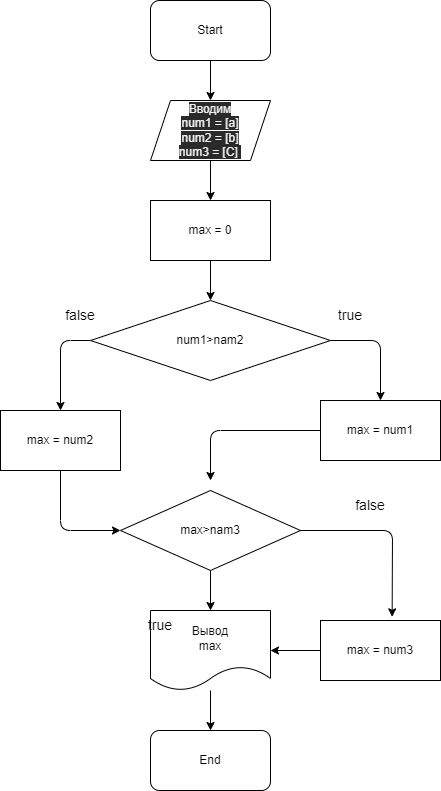
Earlier version of the draw.io export Examples/REPO/Exe002/diagram.drawio.png (VladimirVicPar/VladimirVicPar). Source tidied: cells renumbered, new cells last; positions are measured from the earlier drawing's top-left corner, leaving out a move shared by most shapes.
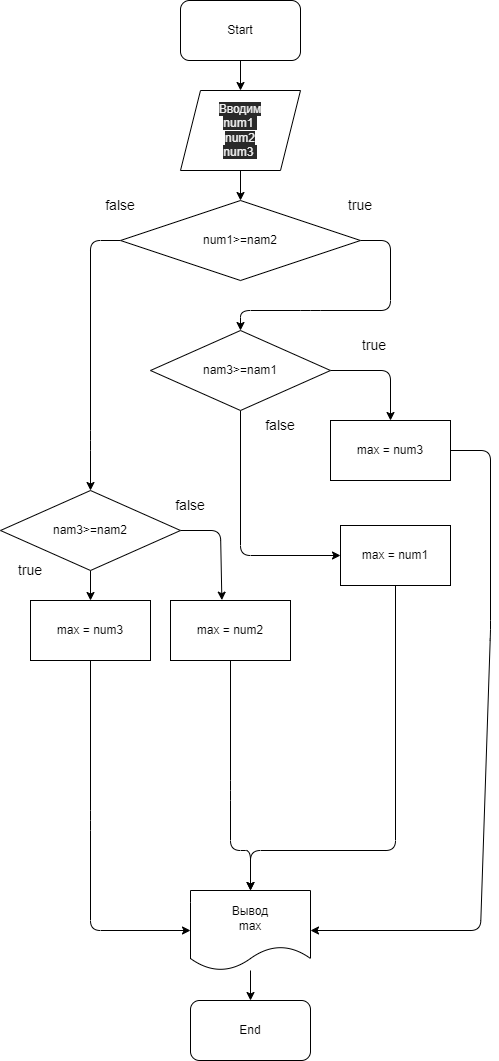
The same diagram one commit later.

Change to the diagram source:
```diff
@@ -8,95 +8,141 @@
     <mxCell id="3" value="Start" style="rounded=1;whiteSpace=wrap;html=1;" parent="1" vertex="1">
       <mxGeometry x="150" width="120" height="60" as="geometry" />
     </mxCell>
-    <mxCell id="4" style="edgeStyle=none;html=1;" parent="1" edge="1" source="5" target="7">
-      <mxGeometry relative="1" as="geometry" />
+    <mxCell id="4" style="edgeStyle=none;html=1;" parent="1" edge="1" source="5">
+      <mxGeometry relative="1" as="geometry">
+        <mxPoint x="210" y="200" as="targetPoint" />
+      </mxGeometry>
     </mxCell>
-    <mxCell id="5" value="&#10;&#10;&lt;span style=&quot;color: rgb(240, 240, 240); font-family: helvetica; font-size: 12px; font-style: normal; font-weight: 400; letter-spacing: normal; text-align: center; text-indent: 0px; text-transform: none; word-spacing: 0px; background-color: rgb(42, 42, 42); display: inline; float: none;&quot;&gt;Вводим&lt;/span&gt;&lt;br style=&quot;color: rgb(240, 240, 240); font-family: helvetica; font-size: 12px; font-style: normal; font-weight: 400; letter-spacing: normal; text-align: center; text-indent: 0px; text-transform: none; word-spacing: 0px; background-color: rgb(42, 42, 42);&quot;&gt;&lt;span style=&quot;color: rgb(240, 240, 240); font-family: helvetica; font-size: 12px; font-style: normal; font-weight: 400; letter-spacing: normal; text-align: center; text-indent: 0px; text-transform: none; word-spacing: 0px; background-color: rgb(42, 42, 42); display: inline; float: none;&quot;&gt;num1 = [a]&lt;/span&gt;&lt;br style=&quot;color: rgb(240, 240, 240); font-family: helvetica; font-size: 12px; font-style: normal; font-weight: 400; letter-spacing: normal; text-align: center; text-indent: 0px; text-transform: none; word-spacing: 0px; background-color: rgb(42, 42, 42);&quot;&gt;&lt;span style=&quot;color: rgb(240, 240, 240); font-family: helvetica; font-size: 12px; font-style: normal; font-weight: 400; letter-spacing: normal; text-align: center; text-indent: 0px; text-transform: none; word-spacing: 0px; background-color: rgb(42, 42, 42); display: inline; float: none;&quot;&gt;num2 = [b]&lt;/span&gt;&lt;br style=&quot;color: rgb(240, 240, 240); font-family: helvetica; font-size: 12px; font-style: normal; font-weight: 400; letter-spacing: normal; text-align: center; text-indent: 0px; text-transform: none; word-spacing: 0px; background-color: rgb(42, 42, 42);&quot;&gt;&lt;span style=&quot;color: rgb(240, 240, 240); font-family: helvetica; font-size: 12px; font-style: normal; font-weight: 400; letter-spacing: normal; text-align: center; text-indent: 0px; text-transform: none; word-spacing: 0px; background-color: rgb(42, 42, 42); display: inline; float: none;&quot;&gt;num3 = [C]&amp;nbsp;&lt;/span&gt;&#10;&#10;" style="shape=parallelogram;perimeter=parallelogramPerimeter;whiteSpace=wrap;html=1;fixedSize=1;" parent="1" vertex="1">
-      <mxGeometry x="150" y="100" width="120" height="60" as="geometry" />
+    <mxCell id="5" value="&lt;span style=&quot;color: rgb(240 , 240 , 240) ; font-family: &amp;#34;helvetica&amp;#34; ; font-size: 12px ; font-style: normal ; font-weight: 400 ; letter-spacing: normal ; text-align: center ; text-indent: 0px ; text-transform: none ; word-spacing: 0px ; background-color: rgb(42 , 42 , 42) ; display: inline ; float: none&quot;&gt;Вводим&lt;/span&gt;&lt;br style=&quot;color: rgb(240 , 240 , 240) ; font-family: &amp;#34;helvetica&amp;#34; ; font-size: 12px ; font-style: normal ; font-weight: 400 ; letter-spacing: normal ; text-align: center ; text-indent: 0px ; text-transform: none ; word-spacing: 0px ; background-color: rgb(42 , 42 , 42)&quot;&gt;&lt;span style=&quot;color: rgb(240 , 240 , 240) ; font-family: &amp;#34;helvetica&amp;#34; ; font-size: 12px ; font-style: normal ; font-weight: 400 ; letter-spacing: normal ; text-align: center ; text-indent: 0px ; text-transform: none ; word-spacing: 0px ; background-color: rgb(42 , 42 , 42) ; display: inline ; float: none&quot;&gt;num1&amp;nbsp;&lt;/span&gt;&lt;br style=&quot;color: rgb(240 , 240 , 240) ; font-family: &amp;#34;helvetica&amp;#34; ; font-size: 12px ; font-style: normal ; font-weight: 400 ; letter-spacing: normal ; text-align: center ; text-indent: 0px ; text-transform: none ; word-spacing: 0px ; background-color: rgb(42 , 42 , 42)&quot;&gt;&lt;span style=&quot;color: rgb(240 , 240 , 240) ; font-family: &amp;#34;helvetica&amp;#34; ; font-size: 12px ; font-style: normal ; font-weight: 400 ; letter-spacing: normal ; text-align: center ; text-indent: 0px ; text-transform: none ; word-spacing: 0px ; background-color: rgb(42 , 42 , 42) ; display: inline ; float: none&quot;&gt;num2&lt;/span&gt;&lt;br style=&quot;color: rgb(240 , 240 , 240) ; font-family: &amp;#34;helvetica&amp;#34; ; font-size: 12px ; font-style: normal ; font-weight: 400 ; letter-spacing: normal ; text-align: center ; text-indent: 0px ; text-transform: none ; word-spacing: 0px ; background-color: rgb(42 , 42 , 42)&quot;&gt;&lt;span style=&quot;color: rgb(240 , 240 , 240) ; font-family: &amp;#34;helvetica&amp;#34; ; font-size: 12px ; font-style: normal ; font-weight: 400 ; letter-spacing: normal ; text-align: center ; text-indent: 0px ; text-transform: none ; word-spacing: 0px ; background-color: rgb(42 , 42 , 42) ; display: inline ; float: none&quot;&gt;num3&amp;nbsp;&lt;/span&gt;" style="shape=parallelogram;perimeter=parallelogramPerimeter;whiteSpace=wrap;html=1;fixedSize=1;" parent="1" vertex="1">
+      <mxGeometry x="150" y="90" width="120" height="80" as="geometry" />
     </mxCell>
-    <mxCell id="6" style="edgeStyle=none;html=1;" parent="1" edge="1" source="7" target="10">
-      <mxGeometry relative="1" as="geometry" />
-    </mxCell>
-    <mxCell id="7" value="max = 0" style="rounded=0;whiteSpace=wrap;html=1;" parent="1" vertex="1">
-      <mxGeometry x="150" y="200" width="120" height="60" as="geometry" />
-    </mxCell>
-    <mxCell id="8" style="edgeStyle=none;html=1;entryX=0.5;entryY=0;entryDx=0;entryDy=0;" parent="1" edge="1" source="10" target="19">
-      <mxGeometry relative="1" as="geometry">
-        <Array as="points">
-          <mxPoint x="60" y="340" />
-        </Array>
-      </mxGeometry>
-    </mxCell>
-    <mxCell id="9" style="edgeStyle=none;html=1;entryX=0.5;entryY=0;entryDx=0;entryDy=0;" parent="1" edge="1" source="10" target="14">
-      <mxGeometry relative="1" as="geometry">
-        <Array as="points">
-          <mxPoint x="380" y="340" />
-        </Array>
-      </mxGeometry>
-    </mxCell>
+    <mxCell id="27" style="edgeStyle=none;html=1;" parent="1" edge="1" source="10">
+      <mxGeometry relative="1" as="geometry">
+        <mxPoint x="210" y="330" as="targetPoint" />
+        <Array as="points">
+          <mxPoint x="360" y="240" />
+          <mxPoint x="360" y="310" />
+          <mxPoint x="280" y="310" />
+          <mxPoint x="210" y="310" />
+        </Array>
+      </mxGeometry>
+    </mxCell>
+    <mxCell id="28" style="edgeStyle=none;html=1;entryX=0.5;entryY=0;entryDx=0;entryDy=0;" parent="1" edge="1" source="10" target="36">
+      <mxGeometry relative="1" as="geometry">
+        <Array as="points">
+          <mxPoint x="60" y="240" />
+          <mxPoint x="60" y="440" />
+        </Array>
+      </mxGeometry>
+    </mxCell>
-    <mxCell id="10" value="num1&amp;gt;nam2" style="rhombus;whiteSpace=wrap;html=1;" parent="1" vertex="1">
-      <mxGeometry x="90" y="300" width="240" height="80" as="geometry" />
+    <mxCell id="10" value="num1&amp;gt;=nam2" style="rhombus;whiteSpace=wrap;html=1;" parent="1" vertex="1">
+      <mxGeometry x="90" y="200" width="240" height="80" as="geometry" />
     </mxCell>
     <mxCell id="11" value="true" style="text;html=1;strokeColor=none;fillColor=none;align=center;verticalAlign=middle;whiteSpace=wrap;rounded=0;fontSize=14;" parent="1" vertex="1">
-      <mxGeometry x="320" y="300" width="60" height="30" as="geometry" />
+      <mxGeometry x="300" y="190" width="60" height="30" as="geometry" />
     </mxCell>
     <mxCell id="12" value="false" style="text;html=1;strokeColor=none;fillColor=none;align=center;verticalAlign=middle;whiteSpace=wrap;rounded=0;fontSize=14;" parent="1" vertex="1">
-      <mxGeometry x="50" y="300" width="60" height="30" as="geometry" />
+      <mxGeometry x="60" y="190" width="60" height="30" as="geometry" />
     </mxCell>
-    <mxCell id="13" style="edgeStyle=none;html=1;" parent="1" edge="1" source="14">
-      <mxGeometry relative="1" as="geometry">
-        <mxPoint x="210" y="480" as="targetPoint" />
-        <Array as="points">
-          <mxPoint x="210" y="430" />
-        </Array>
-      </mxGeometry>
-    </mxCell>
+    <mxCell id="29" style="edgeStyle=none;html=1;entryX=0.5;entryY=0;entryDx=0;entryDy=0;" parent="1" edge="1" source="14" target="23">
+      <mxGeometry relative="1" as="geometry">
+        <Array as="points">
+          <mxPoint x="365" y="850" />
+          <mxPoint x="220" y="850" />
+        </Array>
+      </mxGeometry>
+    </mxCell>
     <mxCell id="14" value="max = num1" style="rounded=0;whiteSpace=wrap;html=1;" parent="1" vertex="1">
-      <mxGeometry x="320" y="400" width="120" height="60" as="geometry" />
+      <mxGeometry x="310" y="525" width="110" height="60" as="geometry" />
     </mxCell>
-    <mxCell id="15" style="edgeStyle=none;html=1;entryX=0.597;entryY=-0.061;entryDx=0;entryDy=0;entryPerimeter=0;" parent="1" edge="1" source="17" target="21">
-      <mxGeometry relative="1" as="geometry">
-        <Array as="points">
-          <mxPoint x="392" y="530" />
-        </Array>
-      </mxGeometry>
-    </mxCell>
-    <mxCell id="16" style="edgeStyle=none;html=1;entryX=0.5;entryY=0;entryDx=0;entryDy=0;" parent="1" edge="1" source="17" target="23">
-      <mxGeometry relative="1" as="geometry" />
-    </mxCell>
+    <mxCell id="30" style="edgeStyle=none;html=1;exitX=1;exitY=0.5;exitDx=0;exitDy=0;" parent="1" edge="1" source="17">
+      <mxGeometry relative="1" as="geometry">
+        <mxPoint x="360" y="420" as="targetPoint" />
+        <Array as="points">
+          <mxPoint x="360" y="370" />
+        </Array>
+      </mxGeometry>
+    </mxCell>
+    <mxCell id="31" style="edgeStyle=none;html=1;entryX=0;entryY=0.5;entryDx=0;entryDy=0;" parent="1" edge="1" source="17" target="14">
+      <mxGeometry relative="1" as="geometry">
+        <Array as="points">
+          <mxPoint x="210" y="555" />
+        </Array>
+      </mxGeometry>
+    </mxCell>
-    <mxCell id="17" value="max&amp;gt;nam3" style="rhombus;whiteSpace=wrap;html=1;" parent="1" vertex="1">
-      <mxGeometry x="120" y="490" width="180" height="80" as="geometry" />
+    <mxCell id="17" value="nam3&amp;gt;=nam1" style="rhombus;whiteSpace=wrap;html=1;" parent="1" vertex="1">
+      <mxGeometry x="120" y="330" width="180" height="80" as="geometry" />
     </mxCell>
-    <mxCell id="18" style="edgeStyle=none;html=1;entryX=0;entryY=0.5;entryDx=0;entryDy=0;" parent="1" edge="1" source="19" target="17">
-      <mxGeometry relative="1" as="geometry">
-        <Array as="points">
-          <mxPoint x="60" y="530" />
-        </Array>
-      </mxGeometry>
-    </mxCell>
+    <mxCell id="32" style="edgeStyle=none;html=1;entryX=1;entryY=0.5;entryDx=0;entryDy=0;exitX=1;exitY=0.5;exitDx=0;exitDy=0;" parent="1" edge="1" source="19" target="23">
+      <mxGeometry relative="1" as="geometry">
+        <Array as="points">
+          <mxPoint x="460" y="450" />
+          <mxPoint x="460" y="630" />
+          <mxPoint x="450" y="930" />
+        </Array>
+      </mxGeometry>
+    </mxCell>
-    <mxCell id="19" value="max = num2" style="rounded=0;whiteSpace=wrap;html=1;" parent="1" vertex="1">
-      <mxGeometry y="410" width="120" height="60" as="geometry" />
+    <mxCell id="19" value="max = num3" style="rounded=0;whiteSpace=wrap;html=1;" parent="1" vertex="1">
+      <mxGeometry x="300" y="420" width="120" height="60" as="geometry" />
     </mxCell>
-    <mxCell id="20" style="edgeStyle=none;html=1;" parent="1" edge="1" source="21" target="23">
-      <mxGeometry relative="1" as="geometry" />
+    <mxCell id="20" style="edgeStyle=none;html=1;entryX=0.5;entryY=0;entryDx=0;entryDy=0;" parent="1" edge="1" source="21" target="23">
+      <mxGeometry relative="1" as="geometry">
+        <Array as="points">
+          <mxPoint x="200" y="790" />
+          <mxPoint x="200" y="850" />
+          <mxPoint x="220" y="850" />
+        </Array>
+      </mxGeometry>
     </mxCell>
-    <mxCell id="21" value="max = num3" style="rounded=0;whiteSpace=wrap;html=1;" parent="1" vertex="1">
-      <mxGeometry x="320" y="620" width="120" height="60" as="geometry" />
+    <mxCell id="21" value="max = num2" style="rounded=0;whiteSpace=wrap;html=1;" parent="1" vertex="1">
+      <mxGeometry x="140" y="600" width="120" height="60" as="geometry" />
     </mxCell>
-    <mxCell id="22" style="edgeStyle=none;html=1;" parent="1" edge="1" source="23" target="26">
-      <mxGeometry relative="1" as="geometry" />
-    </mxCell>
+    <mxCell id="33" style="edgeStyle=none;html=1;" parent="1" edge="1" source="23">
+      <mxGeometry relative="1" as="geometry">
+        <mxPoint x="220" y="1000" as="targetPoint" />
+      </mxGeometry>
+    </mxCell>
     <mxCell id="23" value="Вывод&lt;br&gt;max" style="shape=document;whiteSpace=wrap;html=1;boundedLbl=1;" parent="1" vertex="1">
-      <mxGeometry x="150" y="610" width="120" height="80" as="geometry" />
+      <mxGeometry x="160" y="890" width="120" height="80" as="geometry" />
     </mxCell>
     <mxCell id="24" value="false" style="text;html=1;strokeColor=none;fillColor=none;align=center;verticalAlign=middle;whiteSpace=wrap;rounded=0;fontSize=14;" parent="1" vertex="1">
-      <mxGeometry x="340" y="490" width="60" height="30" as="geometry" />
+      <mxGeometry x="220" y="410" width="60" height="30" as="geometry" />
     </mxCell>
     <mxCell id="25" value="true" style="text;html=1;strokeColor=none;fillColor=none;align=center;verticalAlign=middle;whiteSpace=wrap;rounded=0;fontSize=14;" parent="1" vertex="1">
-      <mxGeometry x="130" y="610" width="60" height="30" as="geometry" />
+      <mxGeometry x="314" y="330" width="60" height="30" as="geometry" />
     </mxCell>
     <mxCell id="26" value="End" style="rounded=1;whiteSpace=wrap;html=1;" parent="1" vertex="1">
-      <mxGeometry x="150" y="730" width="120" height="60" as="geometry" />
+      <mxGeometry x="160" y="1000" width="120" height="60" as="geometry" />
     </mxCell>
+    <mxCell id="34" style="edgeStyle=none;html=1;entryX=0.428;entryY=-0.006;entryDx=0;entryDy=0;entryPerimeter=0;exitX=1;exitY=0.5;exitDx=0;exitDy=0;" parent="1" edge="1" source="36" target="21">
+      <mxGeometry relative="1" as="geometry">
+        <Array as="points">
+          <mxPoint x="190" y="530" />
+        </Array>
+      </mxGeometry>
+    </mxCell>
+    <mxCell id="35" style="edgeStyle=none;html=1;" parent="1" edge="1" source="36" target="38">
+      <mxGeometry relative="1" as="geometry" />
+    </mxCell>
+    <mxCell id="36" value="nam3&amp;gt;=nam2" style="rhombus;whiteSpace=wrap;html=1;" parent="1" vertex="1">
+      <mxGeometry x="-30" y="490" width="180" height="80" as="geometry" />
+    </mxCell>
+    <mxCell id="37" style="edgeStyle=none;html=1;entryX=0;entryY=0.5;entryDx=0;entryDy=0;" parent="1" edge="1" source="38" target="23">
+      <mxGeometry relative="1" as="geometry">
+        <Array as="points">
+          <mxPoint x="60" y="820" />
+          <mxPoint x="60" y="930" />
+        </Array>
+      </mxGeometry>
+    </mxCell>
+    <mxCell id="38" value="max = num3" style="rounded=0;whiteSpace=wrap;html=1;" parent="1" vertex="1">
+      <mxGeometry y="600" width="120" height="60" as="geometry" />
+    </mxCell>
+    <mxCell id="39" value="true" style="text;html=1;strokeColor=none;fillColor=none;align=center;verticalAlign=middle;whiteSpace=wrap;rounded=0;fontSize=14;" parent="1" vertex="1">
+      <mxGeometry x="-30" y="555" width="60" height="30" as="geometry" />
+    </mxCell>
+    <mxCell id="40" value="false" style="text;html=1;strokeColor=none;fillColor=none;align=center;verticalAlign=middle;whiteSpace=wrap;rounded=0;fontSize=14;" parent="1" vertex="1">
+      <mxGeometry x="130" y="490" width="60" height="30" as="geometry" />
+    </mxCell>
   </root>
 </mxGraphModel>
```
